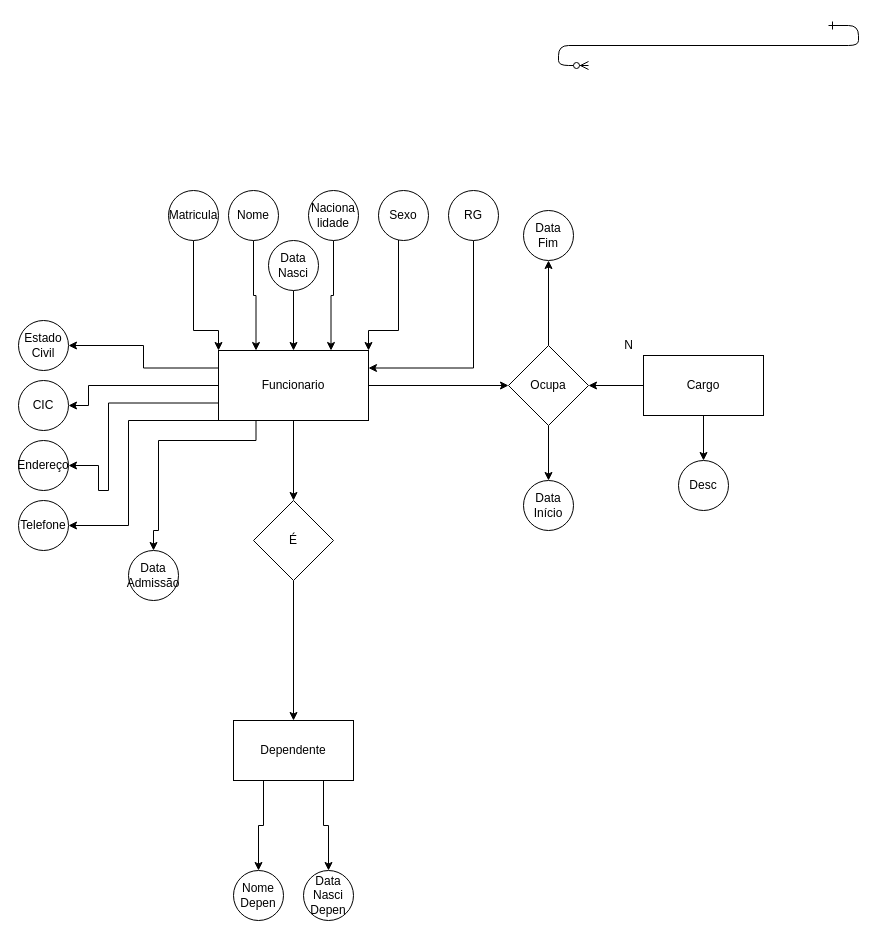
J4oG/NormalizationExercise keeps this draw.io diagram as Diagrama sem nome.drawio. Above is the earlier version. Source tidied: cells renumbered, new cells numbered last; positions are measured from the earlier drawing's top-left corner, leaving out a move shared by most shapes. Both pictures are drawn from the tidied source at 100%, with x=0, y=0 at pixel (18, 25).
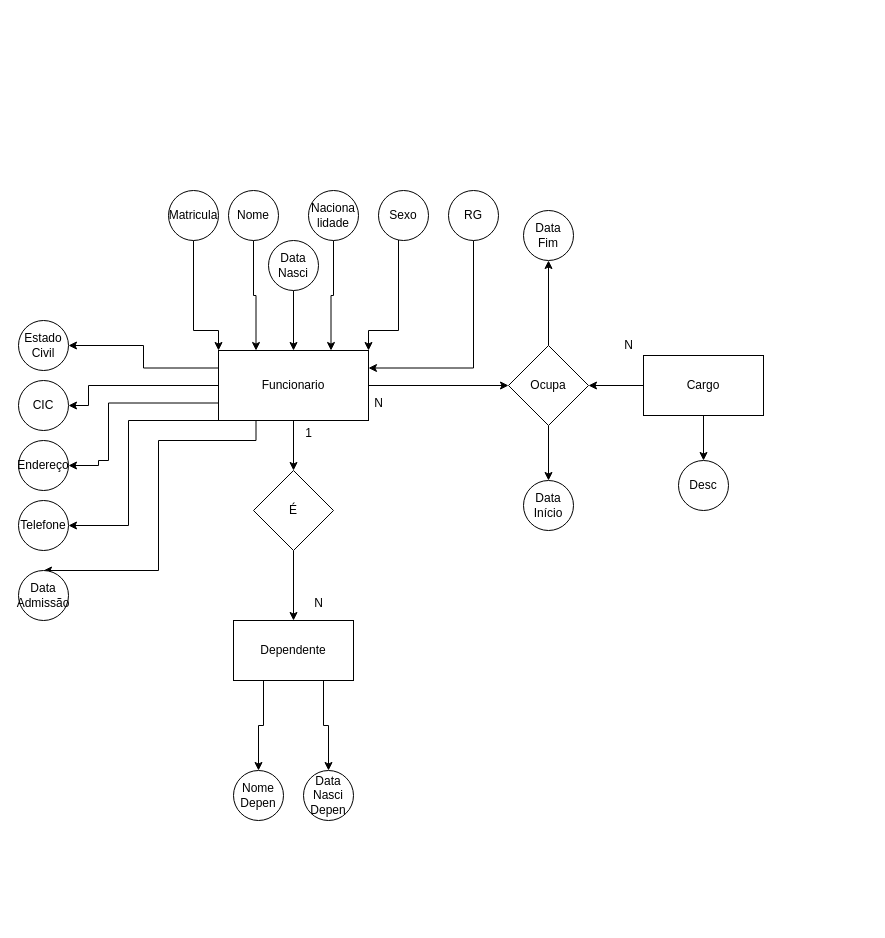
The same page after the edit.

The change refers to these unchanged cells:
```xml
<mxCell id="10" value="Funcionario" style="rounded=0;whiteSpace=wrap;html=1;" parent="1" vertex="1">
  <mxGeometry x="200" y="325" width="150" height="70" as="geometry" />
</mxCell>
<mxCell id="25" value="Endereço" style="ellipse;whiteSpace=wrap;html=1;" parent="1" vertex="1">
  <mxGeometry y="415" width="50" height="50" as="geometry" />
</mxCell>
```

The edit, as a diff of the source:
```diff
@@
-    <mxCell id="2" style="edgeStyle=entityRelationEdgeStyle;endArrow=ERzeroToMany;startArrow=ERone;endFill=1;startFill=0;" parent="1" edge="1">
-      <mxGeometry relative="1" as="geometry">
-        <mxPoint x="810" as="sourcePoint" />
-        <mxPoint x="570" y="40" as="targetPoint" />
-      </mxGeometry>
-    </mxCell>
@@
     <mxCell id="5" style="edgeStyle=orthogonalEdgeStyle;rounded=0;jettySize=auto;html=1;exitX=0;exitY=0.75;exitDx=0;exitDy=0;entryX=1;entryY=0.5;entryDx=0;entryDy=0;" parent="1" edge="1" source="10" target="25">
       <mxGeometry relative="1" as="geometry">
         <Array as="points">
           <mxPoint x="90" y="378" />
-          <mxPoint x="90" y="465" />
-          <mxPoint x="80" y="465" />
+          <mxPoint x="90" y="435" />
+          <mxPoint x="80" y="435" />
           <mxPoint x="80" y="440" />
         </Array>
       </mxGeometry>
     </mxCell>
@@
     <mxCell id="8" style="edgeStyle=orthogonalEdgeStyle;rounded=0;jettySize=auto;html=1;exitX=0.25;exitY=1;exitDx=0;exitDy=0;entryX=0.5;entryY=0;entryDx=0;entryDy=0;" parent="1" edge="1" source="10" target="35">
       <mxGeometry relative="1" as="geometry">
         <Array as="points">
           <mxPoint x="238" y="415" />
           <mxPoint x="140" y="415" />
-          <mxPoint x="140" y="505" />
-          <mxPoint x="135" y="505" />
+          <mxPoint x="140" y="545" />
         </Array>
       </mxGeometry>
     </mxCell>
@@
     <mxCell id="35" value="Data&lt;br&gt;Admissão" style="ellipse;whiteSpace=wrap;html=1;" parent="1" vertex="1">
-      <mxGeometry x="110" y="525" width="50" height="50" as="geometry" />
+      <mxGeometry y="545" width="50" height="50" as="geometry" />
     </mxCell>
@@
     <mxCell id="38" value="Dependente" style="rounded=0;whiteSpace=wrap;html=1;" parent="1" vertex="1">
-      <mxGeometry x="215" y="695" width="120" height="60" as="geometry" />
+      <mxGeometry x="215" y="595" width="120" height="60" as="geometry" />
     </mxCell>
     <mxCell id="39" value="Nome&lt;br&gt;Depen" style="ellipse;whiteSpace=wrap;html=1;" parent="1" vertex="1">
-      <mxGeometry x="215" y="845" width="50" height="50" as="geometry" />
+      <mxGeometry x="215" y="745" width="50" height="50" as="geometry" />
     </mxCell>
     <mxCell id="40" value="Data&lt;br&gt;Nasci&lt;br&gt;Depen" style="ellipse;whiteSpace=wrap;html=1;" parent="1" vertex="1">
-      <mxGeometry x="285" y="845" width="50" height="50" as="geometry" />
+      <mxGeometry x="285" y="745" width="50" height="50" as="geometry" />
     </mxCell>
@@
     <mxCell id="42" value="É" style="rhombus;whiteSpace=wrap;html=1;" parent="1" vertex="1">
-      <mxGeometry x="235" y="475" width="80" height="80" as="geometry" />
+      <mxGeometry x="235" y="445" width="80" height="80" as="geometry" />
     </mxCell>
@@
+    <mxCell id="45" value="N" style="text;html=1;align=center;verticalAlign=middle;strokeColor=none;fillColor=none;" parent="1" vertex="1">
+      <mxGeometry x="345" y="363" width="30" height="30" as="geometry" />
+    </mxCell>
+    <mxCell id="46" value="1" style="text;html=1;align=center;verticalAlign=middle;strokeColor=none;fillColor=none;" parent="1" vertex="1">
+      <mxGeometry x="275" y="393" width="30" height="30" as="geometry" />
+    </mxCell>
+    <mxCell id="47" value="N" style="text;html=1;align=center;verticalAlign=middle;strokeColor=none;fillColor=none;" parent="1" vertex="1">
+      <mxGeometry x="285" y="563" width="30" height="30" as="geometry" />
+    </mxCell>
```
